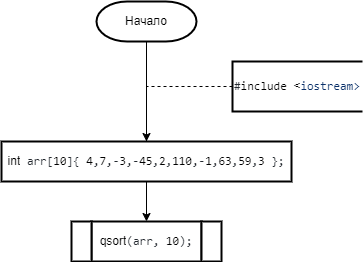
The draw.io diagram 2 Семестр/Labs/№9 Сложные сортировки быстрая (Хоара), слиянием, подсчетом, блочная, Шелла/Быстрая.png in IlyaFedoseev227/LABS-PNRPU-IVT-22-1b, before a commit. Source tidied: cells renumbered, new cells last; positions are measured from the earlier drawing's top-left corner, leaving out a move shared by most shapes.
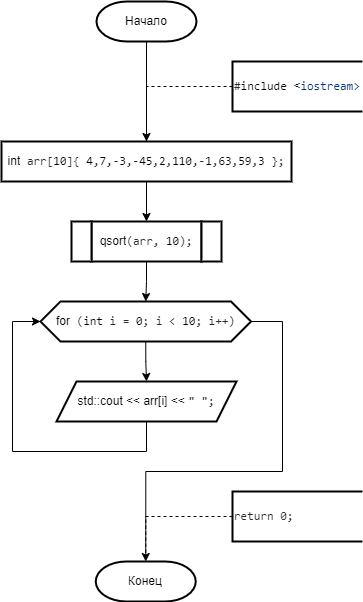
Above is the later version.

Change to the diagram source:
```diff
@@ -24,6 +24,9 @@
     <mxCell id="7" value="&lt;div style=&quot;text-align: start;&quot;&gt;int&lt;span style=&quot;color: rgb(36, 41, 47); font-family: ui-monospace, SFMono-Regular, &amp;quot;SF Mono&amp;quot;, Menlo, Consolas, &amp;quot;Liberation Mono&amp;quot;, monospace; background-color: rgb(255, 255, 255);&quot;&gt; arr[&lt;/span&gt;&lt;span style=&quot;box-sizing: border-box; color: var(--color-prettylights-syntax-constant); font-family: ui-monospace, SFMono-Regular, &amp;quot;SF Mono&amp;quot;, Menlo, Consolas, &amp;quot;Liberation Mono&amp;quot;, monospace; background-color: rgb(255, 255, 255);&quot; class=&quot;pl-c1&quot;&gt;10&lt;/span&gt;&lt;span style=&quot;color: rgb(36, 41, 47); font-family: ui-monospace, SFMono-Regular, &amp;quot;SF Mono&amp;quot;, Menlo, Consolas, &amp;quot;Liberation Mono&amp;quot;, monospace; background-color: rgb(255, 255, 255);&quot;&gt;]{ &lt;/span&gt;&lt;span style=&quot;box-sizing: border-box; color: var(--color-prettylights-syntax-constant); font-family: ui-monospace, SFMono-Regular, &amp;quot;SF Mono&amp;quot;, Menlo, Consolas, &amp;quot;Liberation Mono&amp;quot;, monospace; background-color: rgb(255, 255, 255);&quot; class=&quot;pl-c1&quot;&gt;4&lt;/span&gt;&lt;span style=&quot;color: rgb(36, 41, 47); font-family: ui-monospace, SFMono-Regular, &amp;quot;SF Mono&amp;quot;, Menlo, Consolas, &amp;quot;Liberation Mono&amp;quot;, monospace; background-color: rgb(255, 255, 255);&quot;&gt;,&lt;/span&gt;&lt;span style=&quot;box-sizing: border-box; color: var(--color-prettylights-syntax-constant); font-family: ui-monospace, SFMono-Regular, &amp;quot;SF Mono&amp;quot;, Menlo, Consolas, &amp;quot;Liberation Mono&amp;quot;, monospace; background-color: rgb(255, 255, 255);&quot; class=&quot;pl-c1&quot;&gt;7&lt;/span&gt;&lt;span style=&quot;color: rgb(36, 41, 47); font-family: ui-monospace, SFMono-Regular, &amp;quot;SF Mono&amp;quot;, Menlo, Consolas, &amp;quot;Liberation Mono&amp;quot;, monospace; background-color: rgb(255, 255, 255);&quot;&gt;,-&lt;/span&gt;&lt;span style=&quot;box-sizing: border-box; color: var(--color-prettylights-syntax-constant); font-family: ui-monospace, SFMono-Regular, &amp;quot;SF Mono&amp;quot;, Menlo, Consolas, &amp;quot;Liberation Mono&amp;quot;, monospace; background-color: rgb(255, 255, 255);&quot; class=&quot;pl-c1&quot;&gt;3&lt;/span&gt;&lt;span style=&quot;color: rgb(36, 41, 47); font-family: ui-monospace, SFMono-Regular, &amp;quot;SF Mono&amp;quot;, Menlo, Consolas, &amp;quot;Liberation Mono&amp;quot;, monospace; background-color: rgb(255, 255, 255);&quot;&gt;,-&lt;/span&gt;&lt;span style=&quot;box-sizing: border-box; color: var(--color-prettylights-syntax-constant); font-family: ui-monospace, SFMono-Regular, &amp;quot;SF Mono&amp;quot;, Menlo, Consolas, &amp;quot;Liberation Mono&amp;quot;, monospace; background-color: rgb(255, 255, 255);&quot; class=&quot;pl-c1&quot;&gt;45&lt;/span&gt;&lt;span style=&quot;color: rgb(36, 41, 47); font-family: ui-monospace, SFMono-Regular, &amp;quot;SF Mono&amp;quot;, Menlo, Consolas, &amp;quot;Liberation Mono&amp;quot;, monospace; background-color: rgb(255, 255, 255);&quot;&gt;,&lt;/span&gt;&lt;span style=&quot;box-sizing: border-box; color: var(--color-prettylights-syntax-constant); font-family: ui-monospace, SFMono-Regular, &amp;quot;SF Mono&amp;quot;, Menlo, Consolas, &amp;quot;Liberation Mono&amp;quot;, monospace; background-color: rgb(255, 255, 255);&quot; class=&quot;pl-c1&quot;&gt;2&lt;/span&gt;&lt;span style=&quot;color: rgb(36, 41, 47); font-family: ui-monospace, SFMono-Regular, &amp;quot;SF Mono&amp;quot;, Menlo, Consolas, &amp;quot;Liberation Mono&amp;quot;, monospace; background-color: rgb(255, 255, 255);&quot;&gt;,&lt;/span&gt;&lt;span style=&quot;box-sizing: border-box; color: var(--color-prettylights-syntax-constant); font-family: ui-monospace, SFMono-Regular, &amp;quot;SF Mono&amp;quot;, Menlo, Consolas, &amp;quot;Liberation Mono&amp;quot;, monospace; background-color: rgb(255, 255, 255);&quot; class=&quot;pl-c1&quot;&gt;110&lt;/span&gt;&lt;span style=&quot;color: rgb(36, 41, 47); font-family: ui-monospace, SFMono-Regular, &amp;quot;SF Mono&amp;quot;, Menlo, Consolas, &amp;quot;Liberation Mono&amp;quot;, monospace; background-color: rgb(255, 255, 255);&quot;&gt;,-&lt;/span&gt;&lt;span style=&quot;box-sizing: border-box; color: var(--color-prettylights-syntax-constant); font-family: ui-monospace, SFMono-Regular, &amp;quot;SF Mono&amp;quot;, Menlo, Consolas, &amp;quot;Liberation Mono&amp;quot;, monospace; background-color: rgb(255, 255, 255);&quot; class=&quot;pl-c1&quot;&gt;1&lt;/span&gt;&lt;span style=&quot;color: rgb(36, 41, 47); font-family: ui-monospace, SFMono-Regular, &amp;quot;SF Mono&amp;quot;, Menlo, Consolas, &amp;quot;Liberation Mono&amp;quot;, monospace; background-color: rgb(255, 255, 255);&quot;&gt;,&lt;/span&gt;&lt;span style=&quot;box-sizing: border-box; color: var(--color-prettylights-syntax-constant); font-family: ui-monospace, SFMono-Regular, &amp;quot;SF Mono&amp;quot;, Menlo, Consolas, &amp;quot;Liberation Mono&amp;quot;, monospace; background-color: rgb(255, 255, 255);&quot; class=&quot;pl-c1&quot;&gt;63&lt;/span&gt;&lt;span style=&quot;color: rgb(36, 41, 47); font-family: ui-monospace, SFMono-Regular, &amp;quot;SF Mono&amp;quot;, Menlo, Consolas, &amp;quot;Liberation Mono&amp;quot;, monospace; background-color: rgb(255, 255, 255);&quot;&gt;,&lt;/span&gt;&lt;span style=&quot;box-sizing: border-box; color: var(--color-prettylights-syntax-constant); font-family: ui-monospace, SFMono-Regular, &amp;quot;SF Mono&amp;quot;, Menlo, Consolas, &amp;quot;Liberation Mono&amp;quot;, monospace; background-color: rgb(255, 255, 255);&quot; class=&quot;pl-c1&quot;&gt;59&lt;/span&gt;&lt;span style=&quot;color: rgb(36, 41, 47); font-family: ui-monospace, SFMono-Regular, &amp;quot;SF Mono&amp;quot;, Menlo, Consolas, &amp;quot;Liberation Mono&amp;quot;, monospace; background-color: rgb(255, 255, 255);&quot;&gt;,&lt;/span&gt;&lt;span style=&quot;box-sizing: border-box; color: var(--color-prettylights-syntax-constant); font-family: ui-monospace, SFMono-Regular, &amp;quot;SF Mono&amp;quot;, Menlo, Consolas, &amp;quot;Liberation Mono&amp;quot;, monospace; background-color: rgb(255, 255, 255);&quot; class=&quot;pl-c1&quot;&gt;3&lt;/span&gt;&lt;span style=&quot;color: rgb(36, 41, 47); font-family: ui-monospace, SFMono-Regular, &amp;quot;SF Mono&amp;quot;, Menlo, Consolas, &amp;quot;Liberation Mono&amp;quot;, monospace; background-color: rgb(255, 255, 255);&quot;&gt; };&lt;/span&gt;&lt;br&gt;&lt;/div&gt;" style="shape=parallelogram;perimeter=parallelogramPerimeter;whiteSpace=wrap;html=1;fixedSize=1;strokeWidth=2;size=-6;" parent="1" vertex="1">
       <mxGeometry y="140" width="290" height="40" as="geometry" />
     </mxCell>
+    <mxCell id="11" style="edgeStyle=orthogonalEdgeStyle;rounded=0;jettySize=auto;html=1;exitX=0.5;exitY=1;exitDx=0;exitDy=0;entryX=0.5;entryY=0;entryDx=0;entryDy=0;" parent="1" edge="1" source="8" target="14">
+      <mxGeometry relative="1" as="geometry" />
+    </mxCell>
     <mxCell id="8" value="&lt;div style=&quot;text-align: start;&quot;&gt;qsort&lt;span style=&quot;color: rgb(36, 41, 47); font-family: ui-monospace, SFMono-Regular, &amp;quot;SF Mono&amp;quot;, Menlo, Consolas, &amp;quot;Liberation Mono&amp;quot;, monospace; background-color: rgb(255, 255, 255);&quot;&gt;(arr, &lt;/span&gt;&lt;span style=&quot;box-sizing: border-box; color: var(--color-prettylights-syntax-constant); font-family: ui-monospace, SFMono-Regular, &amp;quot;SF Mono&amp;quot;, Menlo, Consolas, &amp;quot;Liberation Mono&amp;quot;, monospace; background-color: rgb(255, 255, 255);&quot; class=&quot;pl-c1&quot;&gt;10&lt;/span&gt;&lt;span style=&quot;color: rgb(36, 41, 47); font-family: ui-monospace, SFMono-Regular, &amp;quot;SF Mono&amp;quot;, Menlo, Consolas, &amp;quot;Liberation Mono&amp;quot;, monospace; background-color: rgb(255, 255, 255);&quot;&gt;);&lt;/span&gt;&lt;br&gt;&lt;/div&gt;" style="shape=parallelogram;perimeter=parallelogramPerimeter;whiteSpace=wrap;html=1;fixedSize=1;strokeWidth=2;size=-6;" parent="1" vertex="1">
       <mxGeometry x="90" y="220" width="110" height="40" as="geometry" />
     </mxCell>
@@ -33,5 +36,45 @@
     <mxCell id="10" value="&lt;div style=&quot;text-align: start;&quot;&gt;&lt;br&gt;&lt;/div&gt;" style="shape=parallelogram;perimeter=parallelogramPerimeter;whiteSpace=wrap;html=1;fixedSize=1;strokeWidth=2;size=-6;" parent="1" vertex="1">
       <mxGeometry x="70" y="220" width="20" height="40" as="geometry" />
     </mxCell>
+    <mxCell id="12" style="edgeStyle=orthogonalEdgeStyle;rounded=0;jettySize=auto;html=1;exitX=0.5;exitY=1;exitDx=0;exitDy=0;entryX=0.5;entryY=0;entryDx=0;entryDy=0;" parent="1" edge="1" source="14" target="16">
+      <mxGeometry relative="1" as="geometry" />
+    </mxCell>
+    <mxCell id="13" style="edgeStyle=orthogonalEdgeStyle;rounded=0;jettySize=auto;html=1;exitX=1;exitY=0.5;exitDx=0;exitDy=0;entryX=0.5;entryY=0;entryDx=0;entryDy=0;entryPerimeter=0;" parent="1" edge="1" source="14" target="17">
+      <mxGeometry relative="1" as="geometry">
+        <Array as="points">
+          <mxPoint x="281" y="320" />
+          <mxPoint x="281" y="470" />
+          <mxPoint x="145" y="470" />
+        </Array>
+      </mxGeometry>
+    </mxCell>
+    <mxCell id="14" value="&lt;div style=&quot;text-align: start;&quot;&gt;for&lt;span style=&quot;color: rgb(36, 41, 47); font-family: ui-monospace, SFMono-Regular, &amp;quot;SF Mono&amp;quot;, Menlo, Consolas, &amp;quot;Liberation Mono&amp;quot;, monospace; background-color: rgb(255, 255, 255);&quot;&gt; (&lt;/span&gt;&lt;span style=&quot;box-sizing: border-box; color: var(--color-prettylights-syntax-keyword); font-family: ui-monospace, SFMono-Regular, &amp;quot;SF Mono&amp;quot;, Menlo, Consolas, &amp;quot;Liberation Mono&amp;quot;, monospace; background-color: rgb(255, 255, 255);&quot; class=&quot;pl-k&quot;&gt;int&lt;/span&gt;&lt;span style=&quot;color: rgb(36, 41, 47); font-family: ui-monospace, SFMono-Regular, &amp;quot;SF Mono&amp;quot;, Menlo, Consolas, &amp;quot;Liberation Mono&amp;quot;, monospace; background-color: rgb(255, 255, 255);&quot;&gt; i = &lt;/span&gt;&lt;span style=&quot;box-sizing: border-box; color: var(--color-prettylights-syntax-constant); font-family: ui-monospace, SFMono-Regular, &amp;quot;SF Mono&amp;quot;, Menlo, Consolas, &amp;quot;Liberation Mono&amp;quot;, monospace; background-color: rgb(255, 255, 255);&quot; class=&quot;pl-c1&quot;&gt;0&lt;/span&gt;&lt;span style=&quot;color: rgb(36, 41, 47); font-family: ui-monospace, SFMono-Regular, &amp;quot;SF Mono&amp;quot;, Menlo, Consolas, &amp;quot;Liberation Mono&amp;quot;, monospace; background-color: rgb(255, 255, 255);&quot;&gt;; i &amp;lt; &lt;/span&gt;&lt;span style=&quot;box-sizing: border-box; color: var(--color-prettylights-syntax-constant); font-family: ui-monospace, SFMono-Regular, &amp;quot;SF Mono&amp;quot;, Menlo, Consolas, &amp;quot;Liberation Mono&amp;quot;, monospace; background-color: rgb(255, 255, 255);&quot; class=&quot;pl-c1&quot;&gt;10&lt;/span&gt;&lt;span style=&quot;color: rgb(36, 41, 47); font-family: ui-monospace, SFMono-Regular, &amp;quot;SF Mono&amp;quot;, Menlo, Consolas, &amp;quot;Liberation Mono&amp;quot;, monospace; background-color: rgb(255, 255, 255);&quot;&gt;; i++)&lt;/span&gt;&lt;br&gt;&lt;/div&gt;" style="shape=hexagon;perimeter=hexagonPerimeter2;whiteSpace=wrap;html=1;fixedSize=1;strokeWidth=2;" parent="1" vertex="1">
+      <mxGeometry x="39" y="300" width="210.5" height="40" as="geometry" />
+    </mxCell>
+    <mxCell id="15" style="edgeStyle=orthogonalEdgeStyle;rounded=0;jettySize=auto;html=1;exitX=0.5;exitY=1;exitDx=0;exitDy=0;entryX=0;entryY=0.5;entryDx=0;entryDy=0;" parent="1" edge="1" source="16" target="14">
+      <mxGeometry relative="1" as="geometry">
+        <Array as="points">
+          <mxPoint x="145" y="450" />
+          <mxPoint x="11" y="450" />
+          <mxPoint x="11" y="320" />
+        </Array>
+      </mxGeometry>
+    </mxCell>
+    <mxCell id="16" value="&lt;div style=&quot;text-align: start;&quot;&gt;std::cout &amp;lt;&amp;lt; arr[i] &amp;lt;&amp;lt; &lt;span style=&quot;box-sizing: border-box; color: var(--color-prettylights-syntax-string); font-family: ui-monospace, SFMono-Regular, &amp;quot;SF Mono&amp;quot;, Menlo, Consolas, &amp;quot;Liberation Mono&amp;quot;, monospace; background-color: rgb(255, 255, 255);&quot; class=&quot;pl-s&quot;&gt;&lt;span style=&quot;box-sizing: border-box; color: var(--color-prettylights-syntax-string);&quot; class=&quot;pl-pds&quot;&gt;&quot;&lt;/span&gt;  &lt;span style=&quot;box-sizing: border-box; color: var(--color-prettylights-syntax-string);&quot; class=&quot;pl-pds&quot;&gt;&quot;&lt;/span&gt;&lt;/span&gt;&lt;span style=&quot;color: rgb(36, 41, 47); font-family: ui-monospace, SFMono-Regular, &amp;quot;SF Mono&amp;quot;, Menlo, Consolas, &amp;quot;Liberation Mono&amp;quot;, monospace; background-color: rgb(255, 255, 255);&quot;&gt;;&lt;/span&gt;&lt;br&gt;&lt;/div&gt;" style="shape=parallelogram;perimeter=parallelogramPerimeter;whiteSpace=wrap;html=1;fixedSize=1;strokeWidth=2;size=20;" parent="1" vertex="1">
+      <mxGeometry x="55" y="380" width="180" height="40" as="geometry" />
+    </mxCell>
+    <mxCell id="17" value="Конец" style="strokeWidth=2;html=1;shape=mxgraph.flowchart.terminator;whiteSpace=wrap;" parent="1" vertex="1">
+      <mxGeometry x="94.2" y="560" width="100" height="40" as="geometry" />
+    </mxCell>
+    <mxCell id="18" style="edgeStyle=orthogonalEdgeStyle;rounded=0;jettySize=auto;html=1;exitX=0;exitY=0.5;exitDx=0;exitDy=0;exitPerimeter=0;entryX=0.5;entryY=0;entryDx=0;entryDy=0;strokeWidth=1;endArrow=none;endFill=0;dashed=1;entryPerimeter=0;" parent="1" edge="1" source="19" target="17">
+      <mxGeometry relative="1" as="geometry">
+        <Array as="points">
+          <mxPoint x="144" y="515" />
+        </Array>
+      </mxGeometry>
+    </mxCell>
+    <mxCell id="19" value="&lt;span style=&quot;box-sizing: border-box; font-family: ui-monospace, SFMono-Regular, &amp;quot;SF Mono&amp;quot;, Menlo, Consolas, &amp;quot;Liberation Mono&amp;quot;, monospace; background-color: rgb(255, 255, 255);&quot; class=&quot;pl-pds&quot;&gt;&lt;font color=&quot;#24292f&quot;&gt;return 0;&lt;/font&gt;&lt;br&gt;&lt;/span&gt;" style="strokeWidth=2;html=1;shape=mxgraph.flowchart.annotation_1;align=left;" parent="1" vertex="1">
+      <mxGeometry x="231" y="490" width="130" height="50" as="geometry" />
+    </mxCell>
   </root>
 </mxGraphModel>
```
